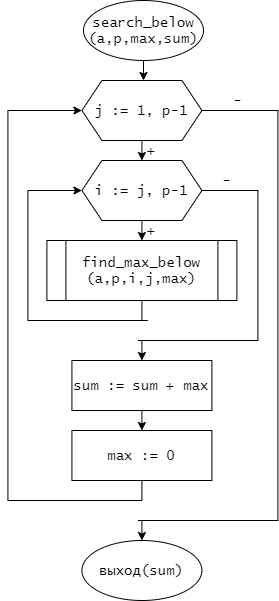
This is лр5/search_below.png from Aprokun/-, a draw.io export, as it was before one commit. Source tidied: cells renumbered, new cells last; positions are measured from the earlier drawing's top-left corner, leaving out a move shared by most shapes. The source it was exported from:
```xml
<mxGraphModel>
  <root>
    <mxCell id="0" />
    <mxCell id="1" parent="0" />
    <mxCell id="2" style="edgeStyle=orthogonalEdgeStyle;rounded=0;jettySize=auto;html=1;exitX=0.5;exitY=1;exitDx=0;exitDy=0;entryX=0.5;entryY=0;entryDx=0;entryDy=0;fontFamily=Lucida Console;fontSize=14;" parent="1" edge="1" source="3">
      <mxGeometry relative="1" as="geometry">
        <mxPoint x="136" y="80" as="targetPoint" />
      </mxGeometry>
    </mxCell>
    <mxCell id="3" value="search_below&lt;br&gt;(a,p,max,sum)" style="ellipse;whiteSpace=wrap;html=1;fontSize=14;fontFamily=Lucida Console;" parent="1" vertex="1">
      <mxGeometry x="76" width="120" height="60" as="geometry" />
    </mxCell>
    <mxCell id="4" style="edgeStyle=orthogonalEdgeStyle;rounded=0;jettySize=auto;html=1;exitX=0.5;exitY=1;exitDx=0;exitDy=0;entryX=0.5;entryY=0;entryDx=0;entryDy=0;fontFamily=Lucida Console;fontSize=14;" parent="1" edge="1" source="5" target="7">
      <mxGeometry relative="1" as="geometry" />
    </mxCell>
    <mxCell id="5" value="j := 1, p-1" style="shape=hexagon;perimeter=hexagonPerimeter2;whiteSpace=wrap;html=1;fixedSize=1;fontFamily=Lucida Console;fontSize=14;" parent="1" vertex="1">
      <mxGeometry x="74.4" y="80" width="120" height="60" as="geometry" />
    </mxCell>
    <mxCell id="6" style="edgeStyle=orthogonalEdgeStyle;rounded=0;jettySize=auto;html=1;exitX=0.5;exitY=1;exitDx=0;exitDy=0;entryX=0.5;entryY=0;entryDx=0;entryDy=0;fontFamily=Lucida Console;fontSize=14;" parent="1" edge="1" source="7">
      <mxGeometry relative="1" as="geometry">
        <mxPoint x="134.4" y="240" as="targetPoint" />
      </mxGeometry>
    </mxCell>
    <mxCell id="7" value="i := j, p-1" style="shape=hexagon;perimeter=hexagonPerimeter2;whiteSpace=wrap;html=1;fixedSize=1;fontFamily=Lucida Console;fontSize=14;" parent="1" vertex="1">
      <mxGeometry x="74.4" y="160" width="120" height="60" as="geometry" />
    </mxCell>
    <mxCell id="8" value="find_max_below&lt;br&gt;(a,p,i,j,max)" style="shape=process;whiteSpace=wrap;html=1;backgroundOutline=1;fontFamily=Lucida Console;fontSize=14;" parent="1" vertex="1">
      <mxGeometry x="39.4" y="240" width="190" height="60" as="geometry" />
    </mxCell>
    <mxCell id="9" style="endArrow=none;html=1;fontFamily=Lucida Console;fontSize=14;exitX=0.5;exitY=1;exitDx=0;exitDy=0;" parent="1" edge="1" source="8">
      <mxGeometry relative="1" as="geometry">
        <mxPoint x="134.4" y="320" as="targetPoint" />
      </mxGeometry>
    </mxCell>
    <mxCell id="10" style="endArrow=none;html=1;fontFamily=Lucida Console;fontSize=14;" parent="1" edge="1">
      <mxGeometry relative="1" as="geometry">
        <mxPoint x="20.4" y="320" as="sourcePoint" />
        <mxPoint x="140.4" y="320" as="targetPoint" />
      </mxGeometry>
    </mxCell>
    <mxCell id="11" style="endArrow=none;html=1;fontFamily=Lucida Console;fontSize=14;" parent="1" edge="1">
      <mxGeometry relative="1" as="geometry">
        <mxPoint x="20.4" y="320" as="sourcePoint" />
        <mxPoint x="20.4" y="190" as="targetPoint" />
      </mxGeometry>
    </mxCell>
    <mxCell id="12" style="endArrow=classic;html=1;fontFamily=Lucida Console;fontSize=14;entryX=0;entryY=0.5;entryDx=0;entryDy=0;" parent="1" edge="1" target="7">
      <mxGeometry relative="1" as="geometry">
        <mxPoint x="20.4" y="190" as="sourcePoint" />
      </mxGeometry>
    </mxCell>
    <mxCell id="13" style="endArrow=none;html=1;fontFamily=Lucida Console;fontSize=14;exitX=1;exitY=0.5;exitDx=0;exitDy=0;" parent="1" edge="1" source="7">
      <mxGeometry relative="1" as="geometry">
        <mxPoint x="250.4" y="190" as="targetPoint" />
      </mxGeometry>
    </mxCell>
    <mxCell id="14" style="endArrow=none;html=1;fontFamily=Lucida Console;fontSize=14;" parent="1" edge="1">
      <mxGeometry relative="1" as="geometry">
        <mxPoint x="250.4" y="340" as="sourcePoint" />
        <mxPoint x="250.4" y="190" as="targetPoint" />
      </mxGeometry>
    </mxCell>
    <mxCell id="15" style="edgeStyle=orthogonalEdgeStyle;rounded=0;jettySize=auto;html=1;exitX=0.5;exitY=1;exitDx=0;exitDy=0;entryX=0.5;entryY=0;entryDx=0;entryDy=0;fontFamily=Lucida Console;fontSize=14;" parent="1" edge="1" source="16" target="17">
      <mxGeometry relative="1" as="geometry" />
    </mxCell>
    <mxCell id="16" value="sum := sum + max" style="rounded=0;whiteSpace=wrap;html=1;fontFamily=Lucida Console;fontSize=14;" parent="1" vertex="1">
      <mxGeometry x="64.4" y="360" width="140" height="50" as="geometry" />
    </mxCell>
    <mxCell id="17" value="max := 0" style="rounded=0;whiteSpace=wrap;html=1;fontFamily=Lucida Console;fontSize=14;" parent="1" vertex="1">
      <mxGeometry x="64.4" y="430" width="140" height="50" as="geometry" />
    </mxCell>
    <mxCell id="18" style="endArrow=none;html=1;fontFamily=Lucida Console;fontSize=14;exitX=0.5;exitY=1;exitDx=0;exitDy=0;" parent="1" edge="1" source="17">
      <mxGeometry relative="1" as="geometry">
        <mxPoint x="134.4" y="500" as="targetPoint" />
      </mxGeometry>
    </mxCell>
    <mxCell id="19" style="endArrow=none;html=1;fontFamily=Lucida Console;fontSize=14;" parent="1" edge="1">
      <mxGeometry relative="1" as="geometry">
        <mxPoint x="134.4" y="500" as="sourcePoint" />
        <mxPoint x="0.4" y="500" as="targetPoint" />
      </mxGeometry>
    </mxCell>
    <mxCell id="20" style="endArrow=none;html=1;fontFamily=Lucida Console;fontSize=14;" parent="1" edge="1">
      <mxGeometry relative="1" as="geometry">
        <mxPoint x="0.4" y="500" as="sourcePoint" />
        <mxPoint x="0.4" y="110" as="targetPoint" />
      </mxGeometry>
    </mxCell>
    <mxCell id="21" style="endArrow=none;html=1;fontFamily=Lucida Console;fontSize=14;" parent="1" edge="1">
      <mxGeometry relative="1" as="geometry">
        <mxPoint x="250.4" y="340" as="sourcePoint" />
        <mxPoint x="130.4" y="340" as="targetPoint" />
      </mxGeometry>
    </mxCell>
    <mxCell id="22" style="endArrow=classic;html=1;fontFamily=Lucida Console;fontSize=14;entryX=0.5;entryY=0;entryDx=0;entryDy=0;" parent="1" edge="1" target="16">
      <mxGeometry relative="1" as="geometry">
        <mxPoint x="134.4" y="340" as="sourcePoint" />
      </mxGeometry>
    </mxCell>
    <mxCell id="23" style="endArrow=classic;html=1;fontFamily=Lucida Console;fontSize=14;entryX=0;entryY=0.5;entryDx=0;entryDy=0;" parent="1" edge="1" target="5">
      <mxGeometry relative="1" as="geometry">
        <mxPoint x="0.4" y="110" as="sourcePoint" />
      </mxGeometry>
    </mxCell>
    <mxCell id="24" style="endArrow=none;html=1;fontFamily=Lucida Console;fontSize=14;exitX=1;exitY=0.5;exitDx=0;exitDy=0;" parent="1" edge="1" source="5">
      <mxGeometry relative="1" as="geometry">
        <mxPoint x="270.4" y="110" as="targetPoint" />
      </mxGeometry>
    </mxCell>
    <mxCell id="25" style="endArrow=none;html=1;fontFamily=Lucida Console;fontSize=14;" parent="1" edge="1">
      <mxGeometry relative="1" as="geometry">
        <mxPoint x="270.4" y="110" as="sourcePoint" />
        <mxPoint x="270.4" y="520" as="targetPoint" />
      </mxGeometry>
    </mxCell>
    <mxCell id="26" style="endArrow=none;html=1;fontFamily=Lucida Console;fontSize=14;" parent="1" edge="1">
      <mxGeometry relative="1" as="geometry">
        <mxPoint x="270.4" y="520" as="sourcePoint" />
        <mxPoint x="130.4" y="520" as="targetPoint" />
      </mxGeometry>
    </mxCell>
    <mxCell id="27" value="выход(sum)" style="ellipse;whiteSpace=wrap;html=1;fontFamily=Lucida Console;fontSize=14;" parent="1" vertex="1">
      <mxGeometry x="74.4" y="540" width="120" height="60" as="geometry" />
    </mxCell>
    <mxCell id="28" style="endArrow=classic;html=1;fontFamily=Lucida Console;fontSize=14;entryX=0.5;entryY=0;entryDx=0;entryDy=0;" parent="1" edge="1" target="27">
      <mxGeometry relative="1" as="geometry">
        <mxPoint x="134.4" y="520" as="sourcePoint" />
      </mxGeometry>
    </mxCell>
    <mxCell id="29" value="&lt;font face=&quot;Lucida Console&quot; style=&quot;font-size: 14px&quot;&gt;+&lt;/font&gt;" style="text;html=1;align=center;verticalAlign=middle;" parent="1" vertex="1">
      <mxGeometry x="134.4" y="140" width="20" height="20" as="geometry" />
    </mxCell>
    <mxCell id="30" value="&lt;font face=&quot;Lucida Console&quot; style=&quot;font-size: 14px&quot;&gt;+&lt;/font&gt;" style="text;html=1;align=center;verticalAlign=middle;" parent="1" vertex="1">
      <mxGeometry x="134.4" y="220" width="20" height="20" as="geometry" />
    </mxCell>
    <mxCell id="31" value="&lt;font style=&quot;font-size: 14px&quot; face=&quot;Lucida Console&quot;&gt;-&lt;/font&gt;" style="text;html=1;align=center;verticalAlign=middle;" parent="1" vertex="1">
      <mxGeometry x="220.4" y="90" width="20" height="20" as="geometry" />
    </mxCell>
    <mxCell id="32" value="&lt;font style=&quot;font-size: 14px&quot; face=&quot;Lucida Console&quot;&gt;-&lt;/font&gt;" style="text;html=1;align=center;verticalAlign=middle;" parent="1" vertex="1">
      <mxGeometry x="209.4" y="170" width="20" height="20" as="geometry" />
    </mxCell>
  </root>
</mxGraphModel>
```
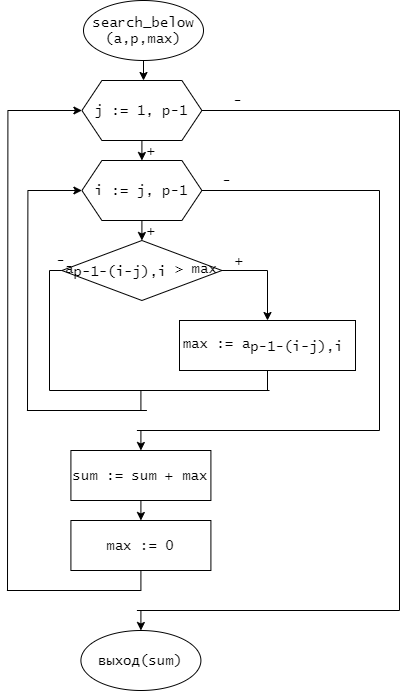
After the commit.

The edit, as a diff of the source:
```diff
@@ -7,7 +7,7 @@
         <mxPoint x="136" y="80" as="targetPoint" />
       </mxGeometry>
     </mxCell>
-    <mxCell id="3" value="search_below&lt;br&gt;(a,p,max,sum)" style="ellipse;whiteSpace=wrap;html=1;fontSize=14;fontFamily=Lucida Console;" parent="1" vertex="1">
+    <mxCell id="3" value="search_below&lt;br&gt;(a,p,max)" style="ellipse;whiteSpace=wrap;html=1;fontSize=14;fontFamily=Lucida Console;" parent="1" vertex="1">
       <mxGeometry x="76" width="120" height="60" as="geometry" />
     </mxCell>
     <mxCell id="4" style="edgeStyle=orthogonalEdgeStyle;rounded=0;jettySize=auto;html=1;exitX=0.5;exitY=1;exitDx=0;exitDy=0;entryX=0.5;entryY=0;entryDx=0;entryDy=0;fontFamily=Lucida Console;fontSize=14;" parent="1" edge="1" source="5" target="7">
@@ -24,23 +24,21 @@
     <mxCell id="7" value="i := j, p-1" style="shape=hexagon;perimeter=hexagonPerimeter2;whiteSpace=wrap;html=1;fixedSize=1;fontFamily=Lucida Console;fontSize=14;" parent="1" vertex="1">
       <mxGeometry x="74.4" y="160" width="120" height="60" as="geometry" />
     </mxCell>
-    <mxCell id="8" value="find_max_below&lt;br&gt;(a,p,i,j,max)" style="shape=process;whiteSpace=wrap;html=1;backgroundOutline=1;fontFamily=Lucida Console;fontSize=14;" parent="1" vertex="1">
-      <mxGeometry x="39.4" y="240" width="190" height="60" as="geometry" />
-    </mxCell>
-    <mxCell id="9" style="endArrow=none;html=1;fontFamily=Lucida Console;fontSize=14;exitX=0.5;exitY=1;exitDx=0;exitDy=0;" parent="1" edge="1" source="8">
+    <mxCell id="9" style="endArrow=none;html=1;fontFamily=Lucida Console;fontSize=14;exitX=0.5;exitY=1;exitDx=0;exitDy=0;" parent="1" edge="1">
       <mxGeometry relative="1" as="geometry">
-        <mxPoint x="134.4" y="320" as="targetPoint" />
+        <mxPoint x="133.4" y="390" as="sourcePoint" />
+        <mxPoint x="133.4" y="410" as="targetPoint" />
       </mxGeometry>
     </mxCell>
     <mxCell id="10" style="endArrow=none;html=1;fontFamily=Lucida Console;fontSize=14;" parent="1" edge="1">
       <mxGeometry relative="1" as="geometry">
-        <mxPoint x="20.4" y="320" as="sourcePoint" />
-        <mxPoint x="140.4" y="320" as="targetPoint" />
+        <mxPoint x="19.4" y="410" as="sourcePoint" />
+        <mxPoint x="139.4" y="410" as="targetPoint" />
       </mxGeometry>
     </mxCell>
     <mxCell id="11" style="endArrow=none;html=1;fontFamily=Lucida Console;fontSize=14;" parent="1" edge="1">
       <mxGeometry relative="1" as="geometry">
-        <mxPoint x="20.4" y="320" as="sourcePoint" />
+        <mxPoint x="20" y="410" as="sourcePoint" />
         <mxPoint x="20.4" y="190" as="targetPoint" />
       </mxGeometry>
     </mxCell>
@@ -51,50 +49,50 @@
     </mxCell>
     <mxCell id="13" style="endArrow=none;html=1;fontFamily=Lucida Console;fontSize=14;exitX=1;exitY=0.5;exitDx=0;exitDy=0;" parent="1" edge="1" source="7">
       <mxGeometry relative="1" as="geometry">
-        <mxPoint x="250.4" y="190" as="targetPoint" />
+        <mxPoint x="372" y="190" as="targetPoint" />
       </mxGeometry>
     </mxCell>
     <mxCell id="14" style="endArrow=none;html=1;fontFamily=Lucida Console;fontSize=14;" parent="1" edge="1">
       <mxGeometry relative="1" as="geometry">
-        <mxPoint x="250.4" y="340" as="sourcePoint" />
-        <mxPoint x="250.4" y="190" as="targetPoint" />
+        <mxPoint x="372" y="430" as="sourcePoint" />
+        <mxPoint x="372" y="190" as="targetPoint" />
       </mxGeometry>
     </mxCell>
     <mxCell id="15" style="edgeStyle=orthogonalEdgeStyle;rounded=0;jettySize=auto;html=1;exitX=0.5;exitY=1;exitDx=0;exitDy=0;entryX=0.5;entryY=0;entryDx=0;entryDy=0;fontFamily=Lucida Console;fontSize=14;" parent="1" edge="1" source="16" target="17">
       <mxGeometry relative="1" as="geometry" />
     </mxCell>
     <mxCell id="16" value="sum := sum + max" style="rounded=0;whiteSpace=wrap;html=1;fontFamily=Lucida Console;fontSize=14;" parent="1" vertex="1">
-      <mxGeometry x="64.4" y="360" width="140" height="50" as="geometry" />
+      <mxGeometry x="63.4" y="450" width="140" height="50" as="geometry" />
     </mxCell>
     <mxCell id="17" value="max := 0" style="rounded=0;whiteSpace=wrap;html=1;fontFamily=Lucida Console;fontSize=14;" parent="1" vertex="1">
-      <mxGeometry x="64.4" y="430" width="140" height="50" as="geometry" />
+      <mxGeometry x="63.4" y="520" width="140" height="50" as="geometry" />
     </mxCell>
     <mxCell id="18" style="endArrow=none;html=1;fontFamily=Lucida Console;fontSize=14;exitX=0.5;exitY=1;exitDx=0;exitDy=0;" parent="1" edge="1" source="17">
       <mxGeometry relative="1" as="geometry">
-        <mxPoint x="134.4" y="500" as="targetPoint" />
+        <mxPoint x="133.4" y="590" as="targetPoint" />
       </mxGeometry>
     </mxCell>
     <mxCell id="19" style="endArrow=none;html=1;fontFamily=Lucida Console;fontSize=14;" parent="1" edge="1">
       <mxGeometry relative="1" as="geometry">
-        <mxPoint x="134.4" y="500" as="sourcePoint" />
-        <mxPoint x="0.4" y="500" as="targetPoint" />
+        <mxPoint x="133.4" y="590" as="sourcePoint" />
+        <mxPoint x="-0.6" y="590" as="targetPoint" />
       </mxGeometry>
     </mxCell>
     <mxCell id="20" style="endArrow=none;html=1;fontFamily=Lucida Console;fontSize=14;" parent="1" edge="1">
       <mxGeometry relative="1" as="geometry">
-        <mxPoint x="0.4" y="500" as="sourcePoint" />
+        <mxPoint y="590" as="sourcePoint" />
         <mxPoint x="0.4" y="110" as="targetPoint" />
       </mxGeometry>
     </mxCell>
     <mxCell id="21" style="endArrow=none;html=1;fontFamily=Lucida Console;fontSize=14;" parent="1" edge="1">
       <mxGeometry relative="1" as="geometry">
-        <mxPoint x="250.4" y="340" as="sourcePoint" />
-        <mxPoint x="130.4" y="340" as="targetPoint" />
+        <mxPoint x="372" y="430" as="sourcePoint" />
+        <mxPoint x="129.4" y="430" as="targetPoint" />
       </mxGeometry>
     </mxCell>
     <mxCell id="22" style="endArrow=classic;html=1;fontFamily=Lucida Console;fontSize=14;entryX=0.5;entryY=0;entryDx=0;entryDy=0;" parent="1" edge="1" target="16">
       <mxGeometry relative="1" as="geometry">
-        <mxPoint x="134.4" y="340" as="sourcePoint" />
+        <mxPoint x="133.4" y="430" as="sourcePoint" />
       </mxGeometry>
     </mxCell>
     <mxCell id="23" style="endArrow=classic;html=1;fontFamily=Lucida Console;fontSize=14;entryX=0;entryY=0.5;entryDx=0;entryDy=0;" parent="1" edge="1" target="5">
@@ -104,27 +102,27 @@
     </mxCell>
     <mxCell id="24" style="endArrow=none;html=1;fontFamily=Lucida Console;fontSize=14;exitX=1;exitY=0.5;exitDx=0;exitDy=0;" parent="1" edge="1" source="5">
       <mxGeometry relative="1" as="geometry">
-        <mxPoint x="270.4" y="110" as="targetPoint" />
+        <mxPoint x="392" y="110" as="targetPoint" />
       </mxGeometry>
     </mxCell>
     <mxCell id="25" style="endArrow=none;html=1;fontFamily=Lucida Console;fontSize=14;" parent="1" edge="1">
       <mxGeometry relative="1" as="geometry">
-        <mxPoint x="270.4" y="110" as="sourcePoint" />
-        <mxPoint x="270.4" y="520" as="targetPoint" />
+        <mxPoint x="392" y="110" as="sourcePoint" />
+        <mxPoint x="392" y="610" as="targetPoint" />
       </mxGeometry>
     </mxCell>
     <mxCell id="26" style="endArrow=none;html=1;fontFamily=Lucida Console;fontSize=14;" parent="1" edge="1">
       <mxGeometry relative="1" as="geometry">
-        <mxPoint x="270.4" y="520" as="sourcePoint" />
-        <mxPoint x="130.4" y="520" as="targetPoint" />
+        <mxPoint x="392" y="610" as="sourcePoint" />
+        <mxPoint x="129.4" y="610" as="targetPoint" />
       </mxGeometry>
     </mxCell>
     <mxCell id="27" value="выход(sum)" style="ellipse;whiteSpace=wrap;html=1;fontFamily=Lucida Console;fontSize=14;" parent="1" vertex="1">
-      <mxGeometry x="74.4" y="540" width="120" height="60" as="geometry" />
+      <mxGeometry x="73.4" y="630" width="120" height="60" as="geometry" />
     </mxCell>
     <mxCell id="28" style="endArrow=classic;html=1;fontFamily=Lucida Console;fontSize=14;entryX=0.5;entryY=0;entryDx=0;entryDy=0;" parent="1" edge="1" target="27">
       <mxGeometry relative="1" as="geometry">
-        <mxPoint x="134.4" y="520" as="sourcePoint" />
+        <mxPoint x="133.4" y="610" as="sourcePoint" />
       </mxGeometry>
     </mxCell>
     <mxCell id="29" value="&lt;font face=&quot;Lucida Console&quot; style=&quot;font-size: 14px&quot;&gt;+&lt;/font&gt;" style="text;html=1;align=center;verticalAlign=middle;" parent="1" vertex="1">
@@ -139,5 +137,42 @@
     <mxCell id="32" value="&lt;font style=&quot;font-size: 14px&quot; face=&quot;Lucida Console&quot;&gt;-&lt;/font&gt;" style="text;html=1;align=center;verticalAlign=middle;" parent="1" vertex="1">
       <mxGeometry x="209.4" y="170" width="20" height="20" as="geometry" />
     </mxCell>
+    <mxCell id="33" style="edgeStyle=orthogonalEdgeStyle;rounded=0;jettySize=auto;html=1;exitX=1;exitY=0.5;exitDx=0;exitDy=0;entryX=0.5;entryY=0;entryDx=0;entryDy=0;fontFamily=Lucida Console;fontSize=14;" parent="1" edge="1" source="34" target="35">
+      <mxGeometry relative="1" as="geometry" />
+    </mxCell>
+    <mxCell id="34" value="a&lt;sub style=&quot;font-size: 14px;&quot;&gt;p-1-(i-j),i&lt;/sub&gt;&amp;nbsp;&amp;gt; max" style="rhombus;whiteSpace=wrap;html=1;fontSize=14;fontFamily=Lucida Console;" parent="1" vertex="1">
+      <mxGeometry x="54.4" y="240" width="160" height="60" as="geometry" />
+    </mxCell>
+    <mxCell id="35" value="max := a&lt;sub style=&quot;font-size: 14px&quot;&gt;p-1-(i-j),i&lt;/sub&gt;&amp;nbsp;" style="rounded=0;whiteSpace=wrap;html=1;fontFamily=Lucida Console;fontSize=14;" parent="1" vertex="1">
+      <mxGeometry x="172" y="320" width="176" height="50" as="geometry" />
+    </mxCell>
+    <mxCell id="36" style="endArrow=none;html=1;fontFamily=Lucida Console;fontSize=14;entryX=0;entryY=0.5;entryDx=0;entryDy=0;" parent="1" edge="1" target="34">
+      <mxGeometry relative="1" as="geometry">
+        <mxPoint x="42" y="270" as="sourcePoint" />
+      </mxGeometry>
+    </mxCell>
+    <mxCell id="37" style="endArrow=none;html=1;fontFamily=Lucida Console;fontSize=14;" parent="1" edge="1">
+      <mxGeometry relative="1" as="geometry">
+        <mxPoint x="42" y="390" as="sourcePoint" />
+        <mxPoint x="42" y="270" as="targetPoint" />
+      </mxGeometry>
+    </mxCell>
+    <mxCell id="38" style="endArrow=none;html=1;fontFamily=Lucida Console;fontSize=14;entryX=0.5;entryY=1;entryDx=0;entryDy=0;" parent="1" edge="1" target="35">
+      <mxGeometry relative="1" as="geometry">
+        <mxPoint x="260" y="390" as="sourcePoint" />
+      </mxGeometry>
+    </mxCell>
+    <mxCell id="39" style="endArrow=none;html=1;fontFamily=Lucida Console;fontSize=14;" parent="1" edge="1">
+      <mxGeometry relative="1" as="geometry">
+        <mxPoint x="42" y="390" as="sourcePoint" />
+        <mxPoint x="262" y="390" as="targetPoint" />
+      </mxGeometry>
+    </mxCell>
+    <mxCell id="40" value="+" style="text;html=1;align=center;verticalAlign=middle;fontSize=14;fontFamily=Lucida Console;" parent="1" vertex="1">
+      <mxGeometry x="222" y="250" width="20" height="20" as="geometry" />
+    </mxCell>
+    <mxCell id="41" value="-" style="text;html=1;align=center;verticalAlign=middle;fontSize=14;fontFamily=Lucida Console;" parent="1" vertex="1">
+      <mxGeometry x="43.4" y="250" width="20" height="20" as="geometry" />
+    </mxCell>
   </root>
 </mxGraphModel>
```
